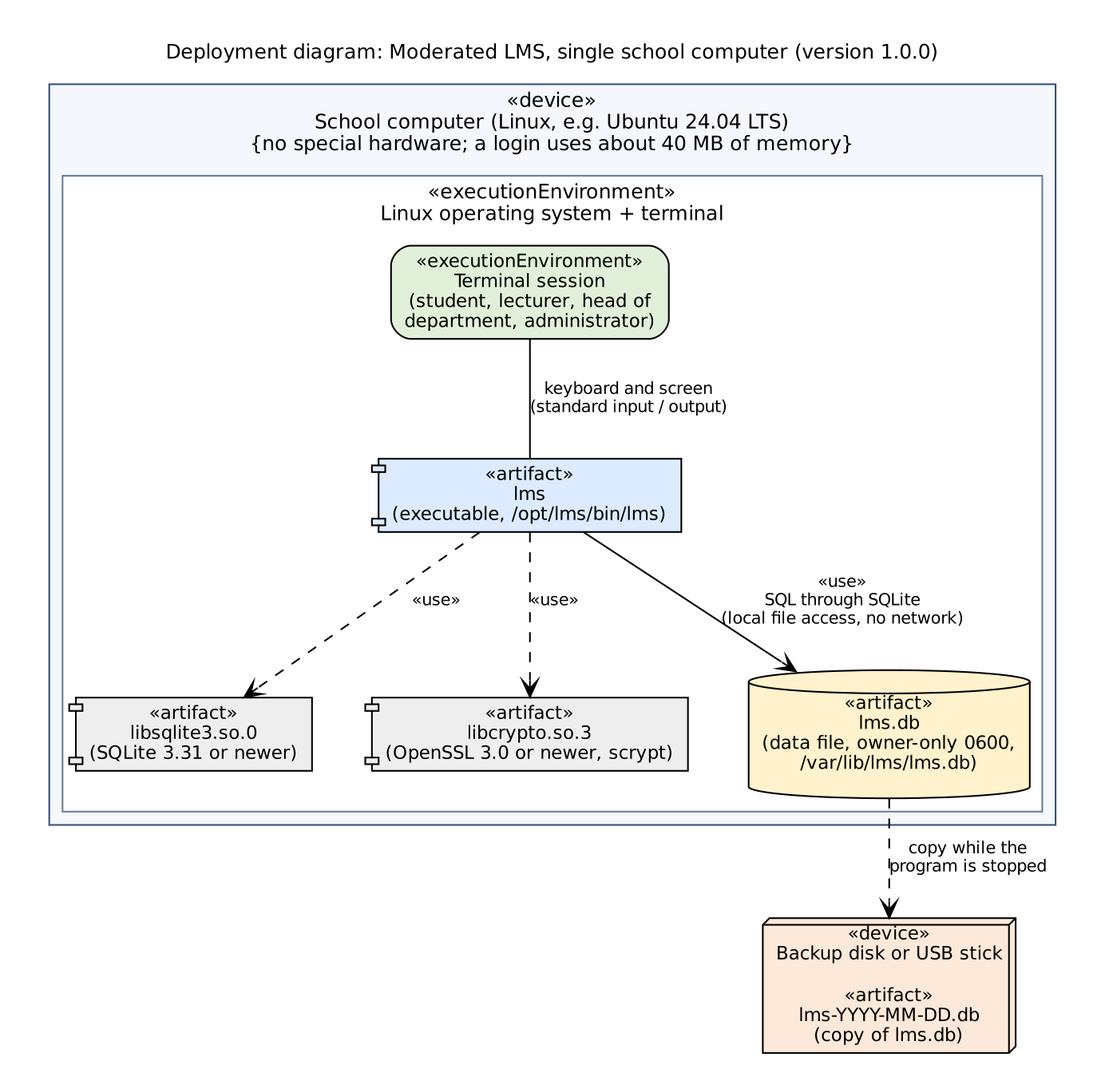
Earlier version of the Graphviz export docs/diagrams/deployment.png (katleho419/lms-cs4433). Its source is kept beside it as docs/diagrams/deployment.dot.
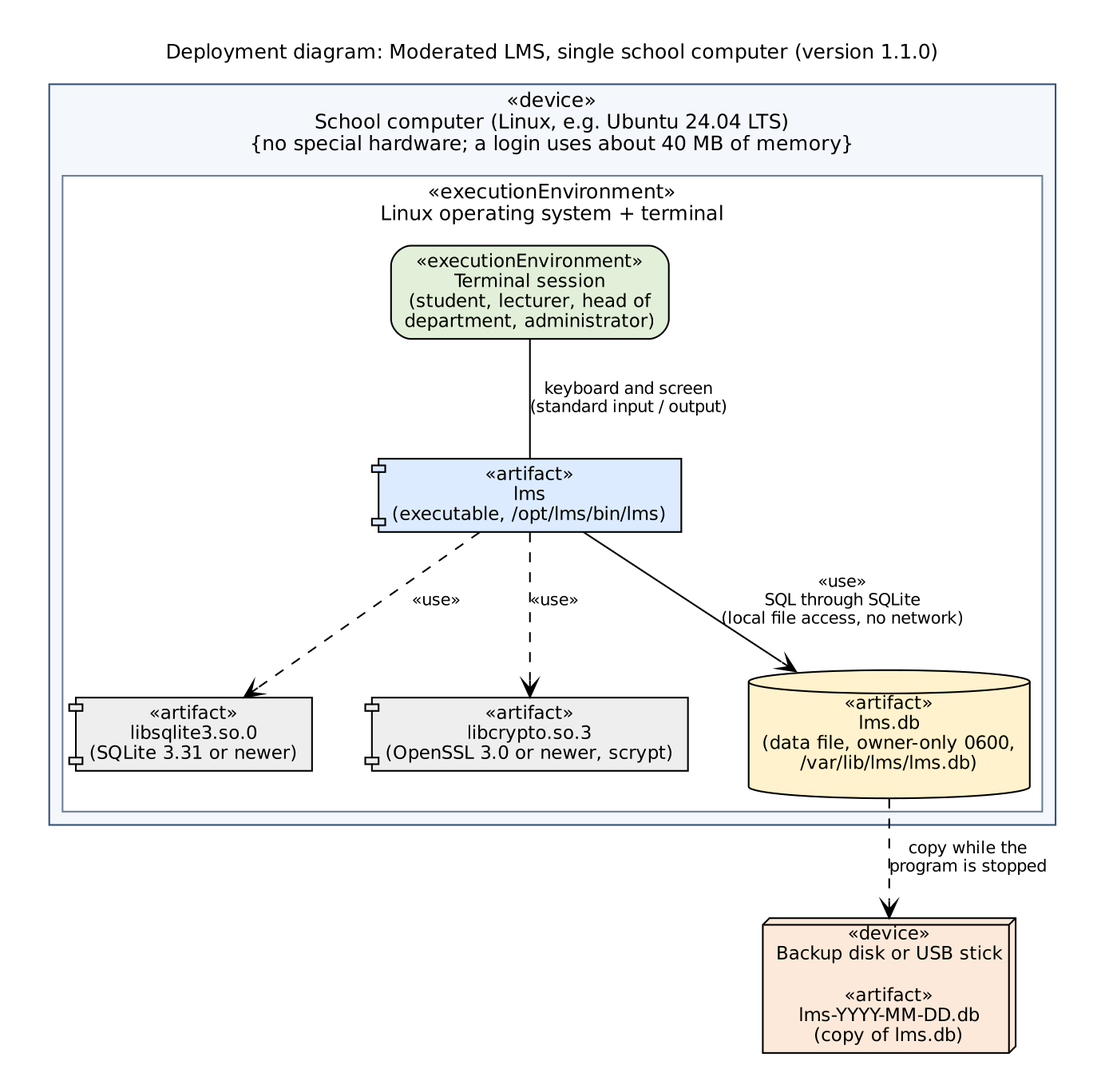
Above is the later version.

Change to the diagram source:
```diff
@@ -1,6 +1,6 @@
 digraph deployment {
   graph [rankdir=TB, fontname="Helvetica", fontsize=12, nodesep=0.5, ranksep=0.7, compound=true, pad=0.3,
-         label="Deployment diagram: Moderated LMS, single school computer (version 1.0.0)\n", labelloc=t];
+         label="Deployment diagram: Moderated LMS, single school computer (version 1.1.0)\n", labelloc=t];
   node  [fontname="Helvetica", fontsize=11];
   edge  [fontname="Helvetica", fontsize=10];
 
```
